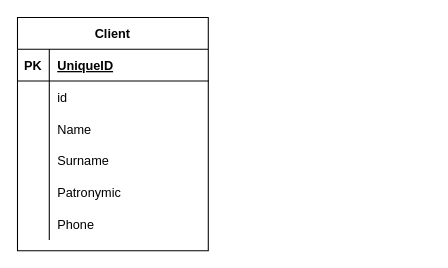
This is Untitled Diagram.drawio from 21shunya/vet, a draw.io file, before an edit. Source tidied: cells renumbered, new cells numbered last; positions are measured from the earlier drawing's top-left corner, leaving out a move shared by most shapes. Both pictures are drawn from the tidied source at 106%, with x=0, y=0 at pixel (17, 17).
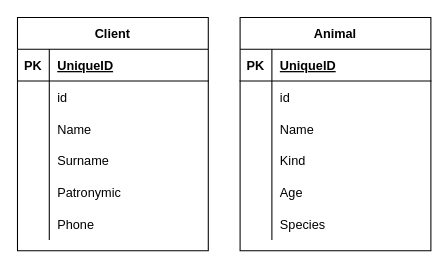
Above is the later version.

Diff of the diagram source:
```diff
@@
+    <mxCell id="21" value="Animal" style="shape=table;startSize=30;childLayout=tableLayout;rowLines=0;fontStyle=1;align=center;" parent="1" vertex="1">
+      <mxGeometry x="210" width="180" height="220" as="geometry" />
+    </mxCell>
+    <mxCell id="22" style="shape=partialRectangle;fillColor=none;top=0;left=0;bottom=1;right=0;" parent="21" vertex="1">
+      <mxGeometry y="30" width="180" height="30" as="geometry" />
+    </mxCell>
+    <mxCell id="23" value="PK" style="shape=partialRectangle;fillColor=none;top=0;left=0;bottom=0;right=0;fontStyle=1;overflow=hidden;" parent="22" vertex="1">
+      <mxGeometry width="30" height="30" as="geometry" />
+    </mxCell>
+    <mxCell id="24" value="UniqueID" style="shape=partialRectangle;fillColor=none;top=0;left=0;bottom=0;right=0;align=left;spacingLeft=6;fontStyle=5;overflow=hidden;" parent="22" vertex="1">
+      <mxGeometry x="30" width="150" height="30" as="geometry" />
+    </mxCell>
+    <mxCell id="25" style="shape=partialRectangle;fillColor=none;top=0;left=0;bottom=0;right=0;" parent="21" vertex="1">
+      <mxGeometry y="60" width="180" height="30" as="geometry" />
+    </mxCell>
+    <mxCell id="26" style="shape=partialRectangle;fillColor=none;top=0;left=0;bottom=0;right=0;overflow=hidden;" parent="25" vertex="1">
+      <mxGeometry width="30" height="30" as="geometry" />
+    </mxCell>
+    <mxCell id="27" value="id" style="shape=partialRectangle;fillColor=none;top=0;left=0;bottom=0;right=0;align=left;spacingLeft=6;overflow=hidden;" parent="25" vertex="1">
+      <mxGeometry x="30" width="150" height="30" as="geometry" />
+    </mxCell>
+    <mxCell id="28" style="shape=partialRectangle;fillColor=none;top=0;left=0;bottom=0;right=0;" parent="21" vertex="1">
+      <mxGeometry y="90" width="180" height="30" as="geometry" />
+    </mxCell>
+    <mxCell id="29" style="shape=partialRectangle;fillColor=none;top=0;left=0;bottom=0;right=0;overflow=hidden;" parent="28" vertex="1">
+      <mxGeometry width="30" height="30" as="geometry" />
+    </mxCell>
+    <mxCell id="30" value="Name" style="shape=partialRectangle;fillColor=none;top=0;left=0;bottom=0;right=0;align=left;spacingLeft=6;overflow=hidden;" parent="28" vertex="1">
+      <mxGeometry x="30" width="150" height="30" as="geometry" />
+    </mxCell>
+    <mxCell id="31" style="shape=partialRectangle;fillColor=none;top=0;left=0;bottom=0;right=0;" parent="21" vertex="1">
+      <mxGeometry y="120" width="180" height="30" as="geometry" />
+    </mxCell>
+    <mxCell id="32" style="shape=partialRectangle;fillColor=none;top=0;left=0;bottom=0;right=0;overflow=hidden;" parent="31" vertex="1">
+      <mxGeometry width="30" height="30" as="geometry" />
+    </mxCell>
+    <mxCell id="33" value="Kind" style="shape=partialRectangle;fillColor=none;top=0;left=0;bottom=0;right=0;align=left;spacingLeft=6;overflow=hidden;" parent="31" vertex="1">
+      <mxGeometry x="30" width="150" height="30" as="geometry" />
+    </mxCell>
+    <mxCell id="34" style="shape=partialRectangle;fillColor=none;top=0;left=0;bottom=0;right=0;" parent="21" vertex="1">
+      <mxGeometry y="150" width="180" height="30" as="geometry" />
+    </mxCell>
+    <mxCell id="35" style="shape=partialRectangle;fillColor=none;top=0;left=0;bottom=0;right=0;overflow=hidden;" parent="34" vertex="1">
+      <mxGeometry width="30" height="30" as="geometry" />
+    </mxCell>
+    <mxCell id="36" value="Age" style="shape=partialRectangle;fillColor=none;top=0;left=0;bottom=0;right=0;align=left;spacingLeft=6;overflow=hidden;" parent="34" vertex="1">
+      <mxGeometry x="30" width="150" height="30" as="geometry" />
+    </mxCell>
+    <mxCell id="37" style="shape=partialRectangle;fillColor=none;top=0;left=0;bottom=0;right=0;" parent="21" vertex="1">
+      <mxGeometry y="180" width="180" height="30" as="geometry" />
+    </mxCell>
+    <mxCell id="38" style="shape=partialRectangle;fillColor=none;top=0;left=0;bottom=0;right=0;overflow=hidden;" parent="37" vertex="1">
+      <mxGeometry width="30" height="30" as="geometry" />
+    </mxCell>
+    <mxCell id="39" value="Species" style="shape=partialRectangle;fillColor=none;top=0;left=0;bottom=0;right=0;align=left;spacingLeft=6;overflow=hidden;" parent="37" vertex="1">
+      <mxGeometry x="30" width="150" height="30" as="geometry" />
+    </mxCell>
```
